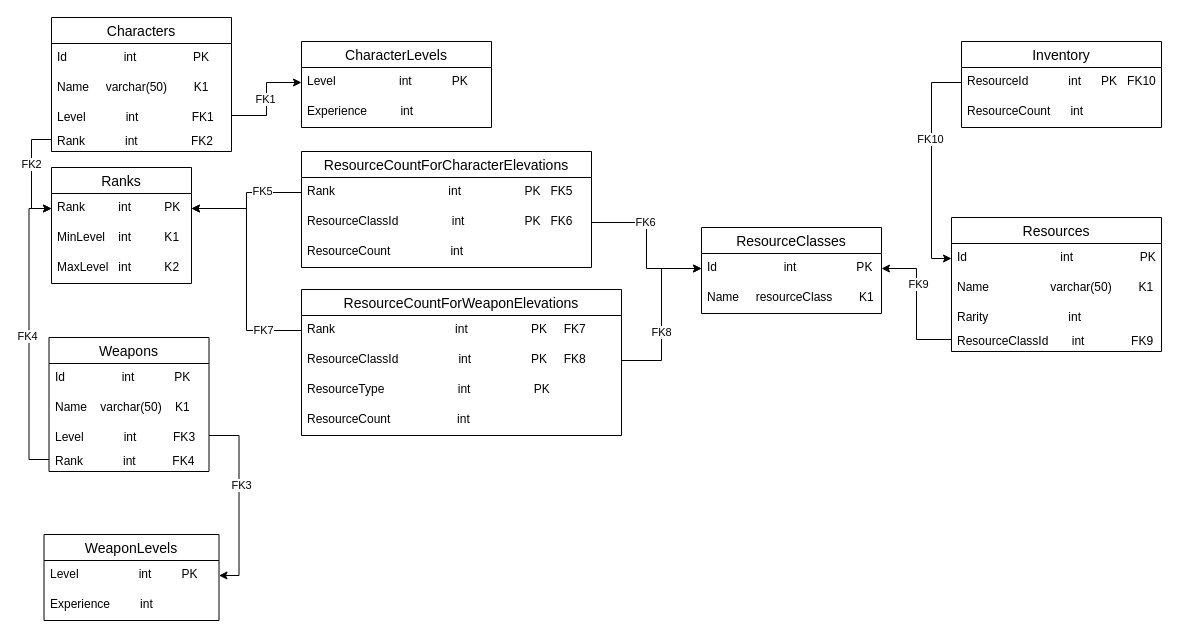
Matrixoid/itmo-database-course keeps this draw.io diagram as project/models/PDM.drawio. Above is the earlier version. Source tidied: cells renumbered, new cells numbered last; positions are measured from the earlier drawing's top-left corner, leaving out a move shared by most shapes. Both pictures are drawn from the tidied source at 100%, with x=0, y=0 at pixel (31, 17).
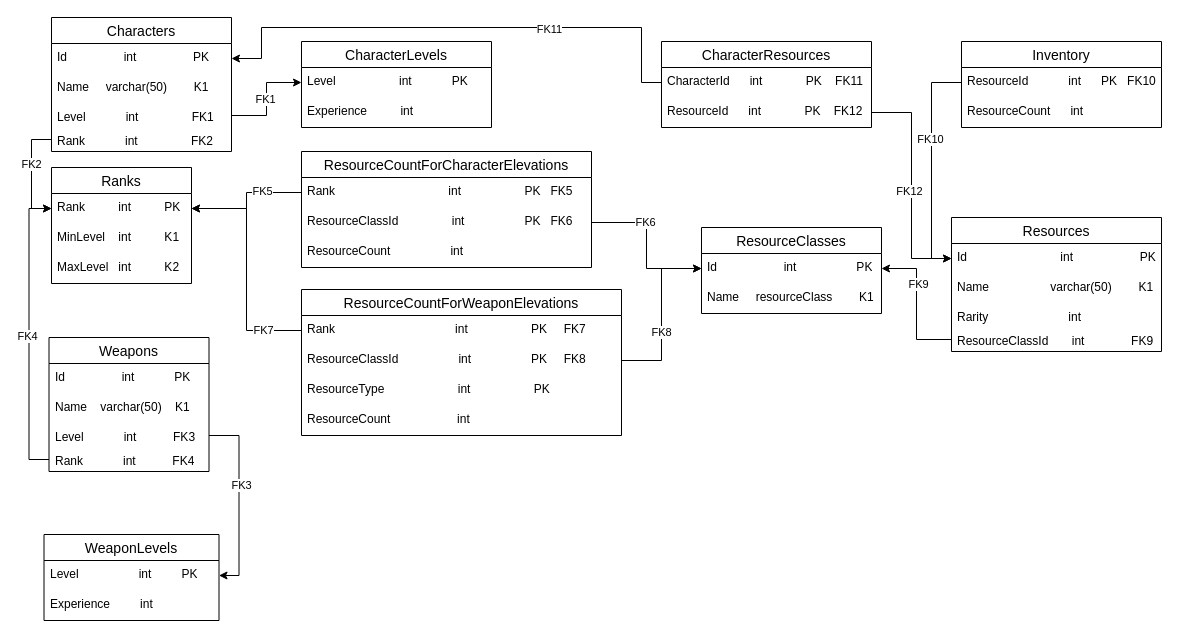
The same diagram, later.

Unchanged cells that the change refers to:
```xml
<mxCell id="3" value="Id&amp;nbsp; &amp;nbsp; &amp;nbsp; &amp;nbsp; &amp;nbsp; &amp;nbsp; &amp;nbsp; &amp;nbsp; &amp;nbsp;int&amp;nbsp; &amp;nbsp; &amp;nbsp; &amp;nbsp; &amp;nbsp; &amp;nbsp; &amp;nbsp; &amp;nbsp; &amp;nbsp;PK" style="text;strokeColor=none;fillColor=none;spacingLeft=4;spacingRight=4;overflow=hidden;points=[[0,0.5],[1,0.5]];portConstraint=eastwest;fontSize=12;whiteSpace=wrap;html=1;" parent="2" vertex="1">
  <mxGeometry y="26" width="180" height="30" as="geometry" />
</mxCell>
<mxCell id="8" value="Id&amp;nbsp; &amp;nbsp; &amp;nbsp; &amp;nbsp; &amp;nbsp; &amp;nbsp; &amp;nbsp; &amp;nbsp; &amp;nbsp;&lt;span style=&quot;white-space: pre;&quot;&gt;&#9;&lt;/span&gt;&amp;nbsp; &amp;nbsp; &amp;nbsp; &amp;nbsp;int&amp;nbsp; &amp;nbsp; &amp;nbsp; &amp;nbsp; &amp;nbsp; &amp;nbsp; &amp;nbsp; &amp;nbsp; &amp;nbsp; &amp;nbsp; PK" style="text;strokeColor=none;fillColor=none;spacingLeft=4;spacingRight=4;overflow=hidden;points=[[0,0.5],[1,0.5]];portConstraint=eastwest;fontSize=12;whiteSpace=wrap;html=1;" parent="7" vertex="1">
  <mxGeometry y="26" width="210" height="30" as="geometry" />
</mxCell>
```

Diff of the diagram source:
```diff
@@
+    <mxCell id="62" value="CharacterResources" style="swimlane;fontStyle=0;horizontal=1;startSize=26;align=center;fontSize=14;" parent="1" vertex="1">
+      <mxGeometry x="630" y="24" width="210" height="86" as="geometry" />
+    </mxCell>
+    <mxCell id="63" value="CharacterId&amp;nbsp; &amp;nbsp; &amp;nbsp; int&amp;nbsp; &amp;nbsp; &amp;nbsp; &amp;nbsp; &amp;nbsp; &amp;nbsp; &amp;nbsp;PK&amp;nbsp; &amp;nbsp; FK11" style="text;strokeColor=none;fillColor=none;spacingLeft=4;spacingRight=4;overflow=hidden;points=[[0,0.5],[1,0.5]];portConstraint=eastwest;fontSize=12;whiteSpace=wrap;html=1;" parent="62" vertex="1">
+      <mxGeometry y="26" width="210" height="30" as="geometry" />
+    </mxCell>
+    <mxCell id="64" value="ResourceId&amp;nbsp; &amp;nbsp; &amp;nbsp; int&amp;nbsp; &amp;nbsp; &amp;nbsp; &amp;nbsp; &amp;nbsp; &amp;nbsp; &amp;nbsp;PK&amp;nbsp; &amp;nbsp; FK12" style="text;strokeColor=none;fillColor=none;spacingLeft=4;spacingRight=4;overflow=hidden;points=[[0,0.5],[1,0.5]];portConstraint=eastwest;fontSize=12;whiteSpace=wrap;html=1;" parent="62" vertex="1">
+      <mxGeometry y="56" width="210" height="30" as="geometry" />
+    </mxCell>
+    <mxCell id="65" style="endArrow=classic;html=1;rounded=0;exitX=0;exitY=0.5;exitDx=0;exitDy=0;entryX=1;entryY=0.5;entryDx=0;entryDy=0;edgeStyle=orthogonalEdgeStyle;" parent="1" edge="1" source="63" target="3">
+      <mxGeometry relative="1" as="geometry">
+        <Array as="points">
+          <mxPoint x="610" y="65" />
+          <mxPoint x="610" y="10" />
+          <mxPoint x="230" y="10" />
+          <mxPoint x="230" y="41" />
+        </Array>
+      </mxGeometry>
+    </mxCell>
+    <mxCell id="66" value="FK11" style="edgeLabel;html=1;align=center;verticalAlign=middle;" parent="65" vertex="1">
+      <mxGeometry x="-0.35" y="1" relative="1" as="geometry" />
+    </mxCell>
+    <mxCell id="67" style="endArrow=classic;html=1;rounded=0;exitX=1;exitY=0.5;exitDx=0;exitDy=0;entryX=0;entryY=0.5;entryDx=0;entryDy=0;edgeStyle=orthogonalEdgeStyle;" parent="1" edge="1" source="64" target="8">
+      <mxGeometry relative="1" as="geometry">
+        <Array as="points">
+          <mxPoint x="880" y="95" />
+          <mxPoint x="880" y="241" />
+        </Array>
+      </mxGeometry>
+    </mxCell>
+    <mxCell id="68" value="FK12" style="edgeLabel;html=1;align=center;verticalAlign=middle;" parent="67" vertex="1">
+      <mxGeometry x="0.04" y="-3" relative="1" as="geometry" />
+    </mxCell>
```
